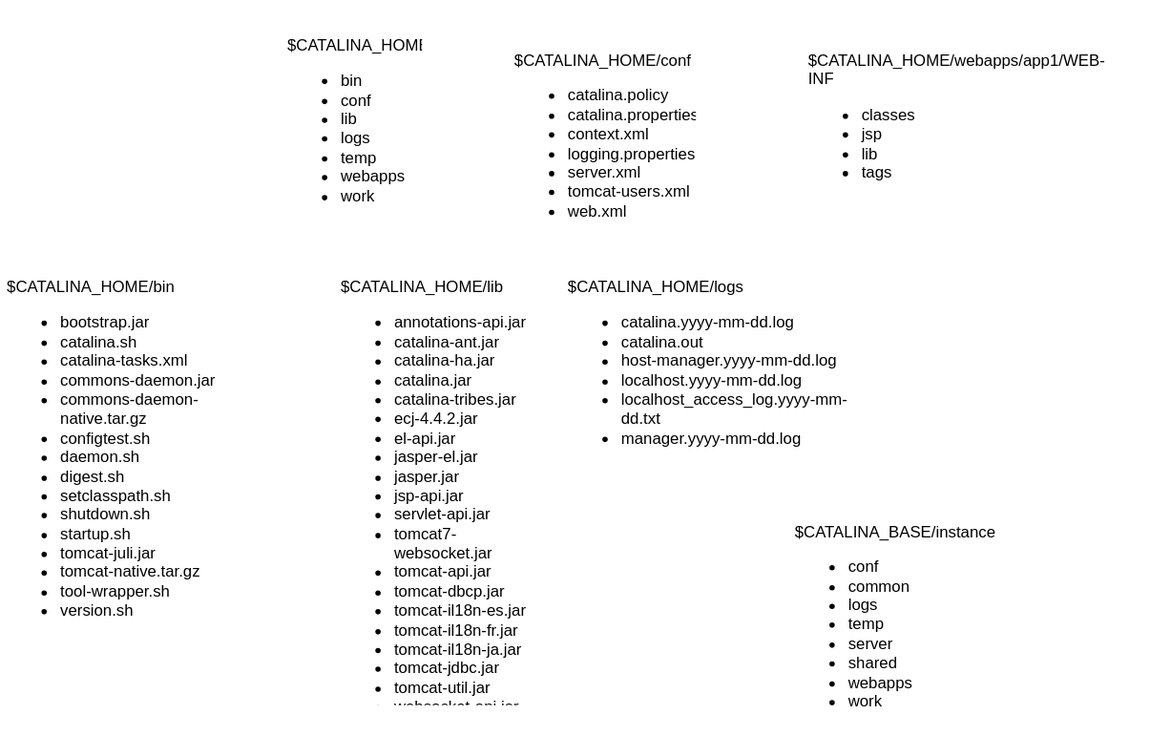
krisrad/graphics-tomcat keeps this draw.io diagram as tomcat distribution.svg. Above is the earlier version. Source tidied: cells renumbered, new cells last; positions are measured from the earlier drawing's top-left corner, leaving out a move shared by most shapes.
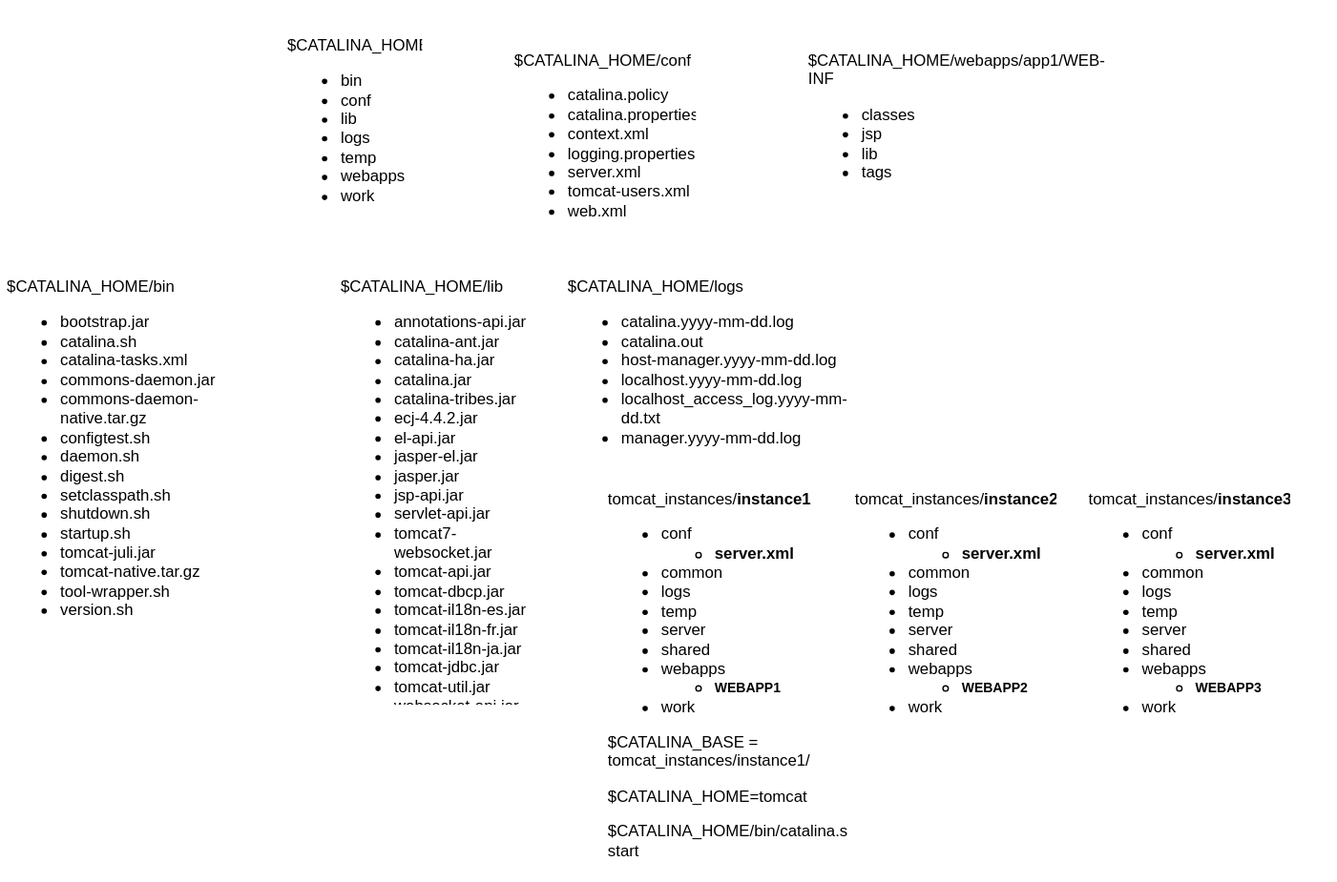
The same diagram one commit later.

Change to the diagram source:
```diff
@@ -20,8 +20,14 @@
     <mxCell id="7" value="$CATALINA_HOME/webapps/app1/WEB-INF&lt;br&gt;&lt;ul&gt;&lt;li&gt;classes&lt;br&gt;&lt;/li&gt;&lt;li&gt;jsp&lt;br&gt;&lt;/li&gt;&lt;li&gt;lib&lt;br&gt;&lt;/li&gt;&lt;li&gt;tags&lt;br&gt;&lt;/li&gt;&lt;li&gt;web.xml&lt;br&gt;&lt;/li&gt;&lt;/ul&gt;" style="text;html=1;strokeColor=none;fillColor=none;spacing=5;spacingTop=-20;whiteSpace=wrap;overflow=hidden;" parent="1" vertex="1">
       <mxGeometry x="600" y="40" width="260" height="90" as="geometry" />
     </mxCell>
-    <mxCell id="8" value="&lt;br&gt;&lt;br&gt;$CATALINA_BASE/instance1&lt;br&gt;&lt;ul&gt;&lt;li&gt;conf&lt;/li&gt;&lt;li&gt;common&lt;br&gt;&lt;/li&gt;&lt;li&gt;logs&lt;br&gt;&lt;/li&gt;&lt;li&gt;temp&lt;br&gt;&lt;/li&gt;&lt;li&gt;server&lt;/li&gt;&lt;li&gt;shared&lt;br&gt;&lt;/li&gt;&lt;li&gt;webapps&lt;/li&gt;&lt;li&gt;work&lt;br&gt;&lt;/li&gt;&lt;/ul&gt;" style="text;html=1;strokeColor=none;fillColor=none;spacing=5;spacingTop=-20;whiteSpace=wrap;overflow=hidden;" parent="1" vertex="1">
-      <mxGeometry x="590" y="364" width="190" height="176" as="geometry" />
+    <mxCell id="8" value="&lt;br&gt;&lt;br&gt;tomcat_instances/&lt;b&gt;instance1&lt;/b&gt;&lt;br&gt;&lt;ul&gt;&lt;li&gt;conf&lt;/li&gt;&lt;ul&gt;&lt;li&gt;&lt;b&gt;server.xml&lt;/b&gt;&lt;br&gt;&lt;/li&gt;&lt;/ul&gt;&lt;li&gt;common&lt;br&gt;&lt;/li&gt;&lt;li&gt;logs&lt;br&gt;&lt;/li&gt;&lt;li&gt;temp&lt;br&gt;&lt;/li&gt;&lt;li&gt;server&lt;/li&gt;&lt;li&gt;shared&lt;br&gt;&lt;/li&gt;&lt;li&gt;webapps&lt;/li&gt;&lt;ul&gt;&lt;li&gt;&lt;font style=&quot;font-size: 10px&quot;&gt;&lt;b&gt;WEBAPP1&lt;/b&gt;&lt;/font&gt;&lt;br&gt;&lt;/li&gt;&lt;/ul&gt;&lt;li&gt;work&lt;/li&gt;&lt;/ul&gt;&lt;p&gt;$CATALINA_BASE = tomcat_instances/instance1/&lt;/p&gt;&lt;p&gt;$CATALINA_HOME=tomcat&lt;/p&gt;&lt;p&gt;$CATALINA_HOME/bin/catalina.sh start&lt;br&gt;&lt;/p&gt;&lt;p&gt;&lt;br&gt;&lt;/p&gt;" style="text;html=1;strokeColor=none;fillColor=none;spacing=5;spacingTop=-20;whiteSpace=wrap;overflow=hidden;" parent="1" vertex="1">
+      <mxGeometry x="450" y="340" width="190" height="310" as="geometry" />
     </mxCell>
+    <mxCell id="9" value="&lt;br&gt;&lt;br&gt;tomcat_instances/&lt;b&gt;instance2&lt;/b&gt;&lt;br&gt;&lt;ul&gt;&lt;li&gt;conf&lt;/li&gt;&lt;ul&gt;&lt;li&gt;&lt;b&gt;server.xml&lt;/b&gt;&lt;br&gt;&lt;/li&gt;&lt;/ul&gt;&lt;li&gt;common&lt;br&gt;&lt;/li&gt;&lt;li&gt;logs&lt;br&gt;&lt;/li&gt;&lt;li&gt;temp&lt;br&gt;&lt;/li&gt;&lt;li&gt;server&lt;/li&gt;&lt;li&gt;shared&lt;br&gt;&lt;/li&gt;&lt;li&gt;webapps&lt;/li&gt;&lt;ul&gt;&lt;li&gt;&lt;font style=&quot;font-size: 10px&quot;&gt;&lt;b&gt;WEBAPP2&lt;/b&gt;&lt;/font&gt;&lt;br&gt;&lt;/li&gt;&lt;/ul&gt;&lt;li&gt;work&lt;br&gt;&lt;/li&gt;&lt;/ul&gt;" style="text;html=1;strokeColor=none;fillColor=none;spacing=5;spacingTop=-20;whiteSpace=wrap;overflow=hidden;" parent="1" vertex="1">
+      <mxGeometry x="635" y="340" width="190" height="280" as="geometry" />
+    </mxCell>
+    <mxCell id="10" value="&lt;br&gt;&lt;br&gt;tomcat_instances/&lt;b&gt;instance3&lt;/b&gt;&lt;br&gt;&lt;ul&gt;&lt;li&gt;conf&lt;/li&gt;&lt;ul&gt;&lt;li&gt;&lt;b&gt;server.xml&lt;/b&gt;&lt;br&gt;&lt;/li&gt;&lt;/ul&gt;&lt;li&gt;common&lt;br&gt;&lt;/li&gt;&lt;li&gt;logs&lt;br&gt;&lt;/li&gt;&lt;li&gt;temp&lt;br&gt;&lt;/li&gt;&lt;li&gt;server&lt;/li&gt;&lt;li&gt;shared&lt;br&gt;&lt;/li&gt;&lt;li&gt;webapps&lt;/li&gt;&lt;ul&gt;&lt;li&gt;&lt;b&gt;&lt;font style=&quot;font-size: 10px&quot;&gt;WEBAPP3&lt;/font&gt;&lt;/b&gt;&lt;br&gt;&lt;/li&gt;&lt;/ul&gt;&lt;li&gt;work&lt;br&gt;&lt;/li&gt;&lt;/ul&gt;" style="text;html=1;strokeColor=none;fillColor=none;spacing=5;spacingTop=-20;whiteSpace=wrap;overflow=hidden;" parent="1" vertex="1">
+      <mxGeometry x="810" y="340" width="190" height="300" as="geometry" />
+    </mxCell>
   </root>
 </mxGraphModel>
```
